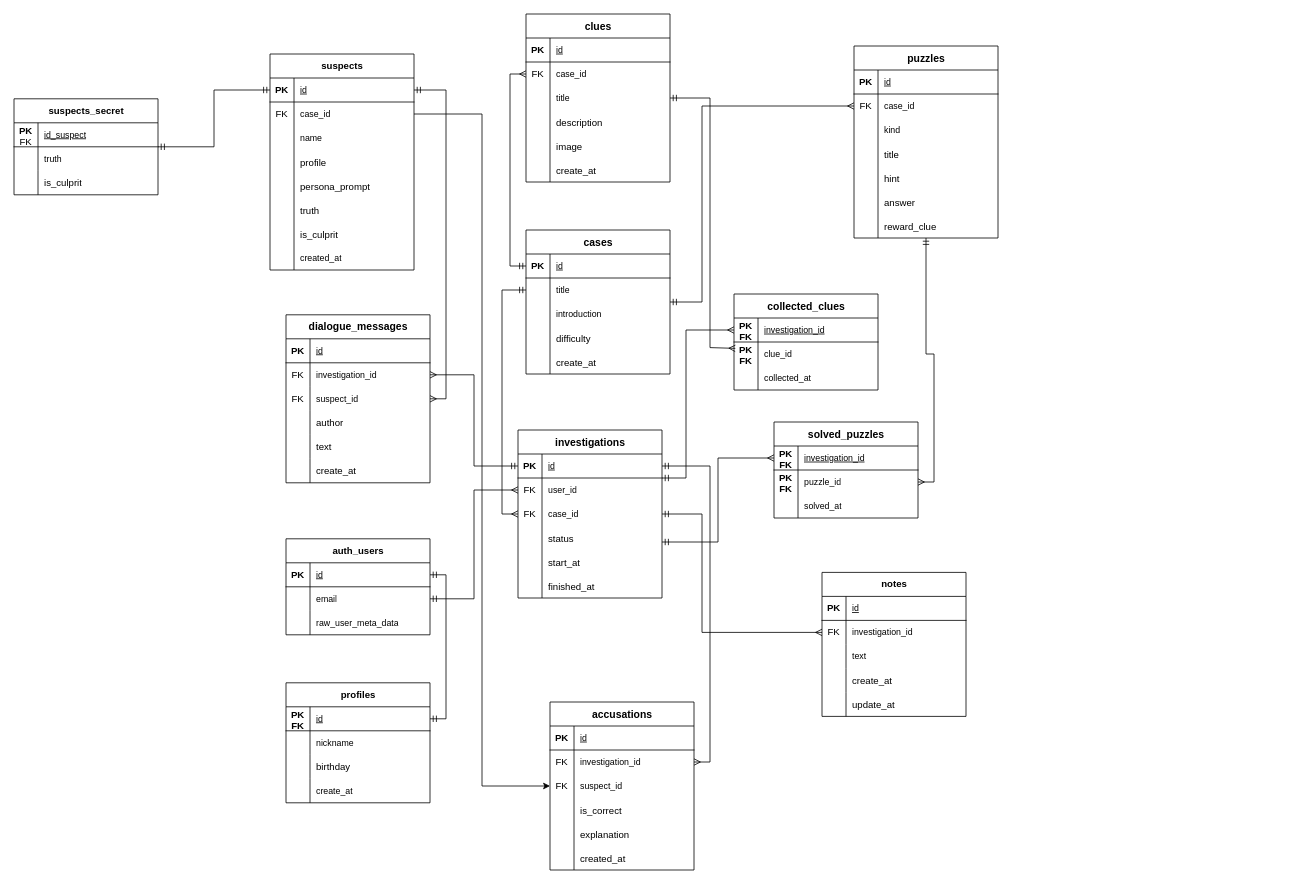
This is Documentation/er-диаграмма для бд.drawio from rerazin-off/ColdTrail, a draw.io file, before an edit. Source tidied: cells renumbered, new cells numbered last; positions are measured from the earlier drawing's top-left corner, leaving out a move shared by most shapes. Both pictures are drawn from the tidied source at 80%, with x=0, y=0 at pixel (14, 14).
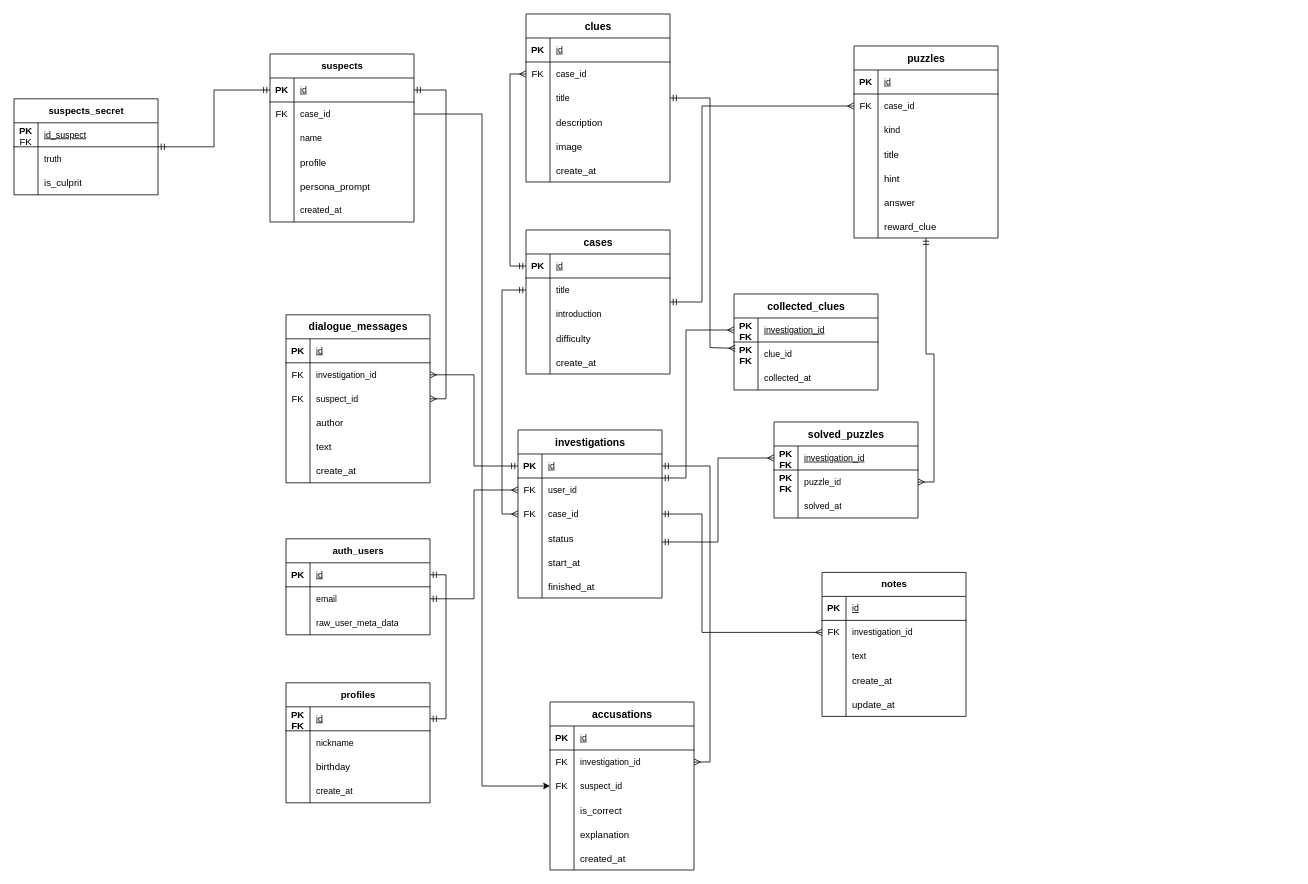
After the change.

The edit, as a diff of the source:
```diff
@@
     <mxCell id="108" value="suspects" style="shape=table;startSize=30;childLayout=tableLayout;rowLines=0;fontStyle=1;align=center;html=1;" parent="1" vertex="1">
-      <mxGeometry x="320" y="50" width="180" height="270" as="geometry" />
+      <mxGeometry x="320" y="50" width="180" height="210" as="geometry" />
     </mxCell>
@@
-    <mxCell id="124" style="shape=tableRow;horizontal=0;startSize=0;swimlaneHead=0;swimlaneBody=0;fillColor=none;top=0;left=0;right=0;bottom=0;" parent="108" vertex="1">
-      <mxGeometry y="180" width="180" height="30" as="geometry" />
-    </mxCell>
-    <mxCell id="125" style="shape=partialRectangle;fillColor=none;top=0;left=0;bottom=0;right=0;overflow=hidden;" parent="124" vertex="1">
-      <mxGeometry width="30" height="30" as="geometry" />
-    </mxCell>
-    <mxCell id="126" value="truth" style="shape=partialRectangle;fillColor=none;top=0;left=0;bottom=0;right=0;align=left;spacingLeft=6;overflow=hidden;" parent="124" vertex="1">
-      <mxGeometry x="30" width="150" height="30" as="geometry" />
-    </mxCell>
-    <mxCell id="127" style="shape=tableRow;horizontal=0;startSize=0;swimlaneHead=0;swimlaneBody=0;fillColor=none;top=0;left=0;right=0;bottom=0;" parent="108" vertex="1">
-      <mxGeometry y="210" width="180" height="30" as="geometry" />
-    </mxCell>
-    <mxCell id="128" style="shape=partialRectangle;fillColor=none;top=0;left=0;bottom=0;right=0;overflow=hidden;" parent="127" vertex="1">
-      <mxGeometry width="30" height="30" as="geometry" />
-    </mxCell>
-    <mxCell id="129" value="is_culprit" style="shape=partialRectangle;fillColor=none;top=0;left=0;bottom=0;right=0;align=left;spacingLeft=6;overflow=hidden;" parent="127" vertex="1">
-      <mxGeometry x="30" width="150" height="30" as="geometry" />
-    </mxCell>
     <mxCell id="130" style="shape=tableRow;horizontal=0;startSize=0;swimlaneHead=0;swimlaneBody=0;fillColor=none;top=0;left=0;right=0;bottom=0;" parent="108" vertex="1">
-      <mxGeometry y="240" width="180" height="30" as="geometry" />
+      <mxGeometry y="180" width="180" height="30" as="geometry" />
     </mxCell>
```
